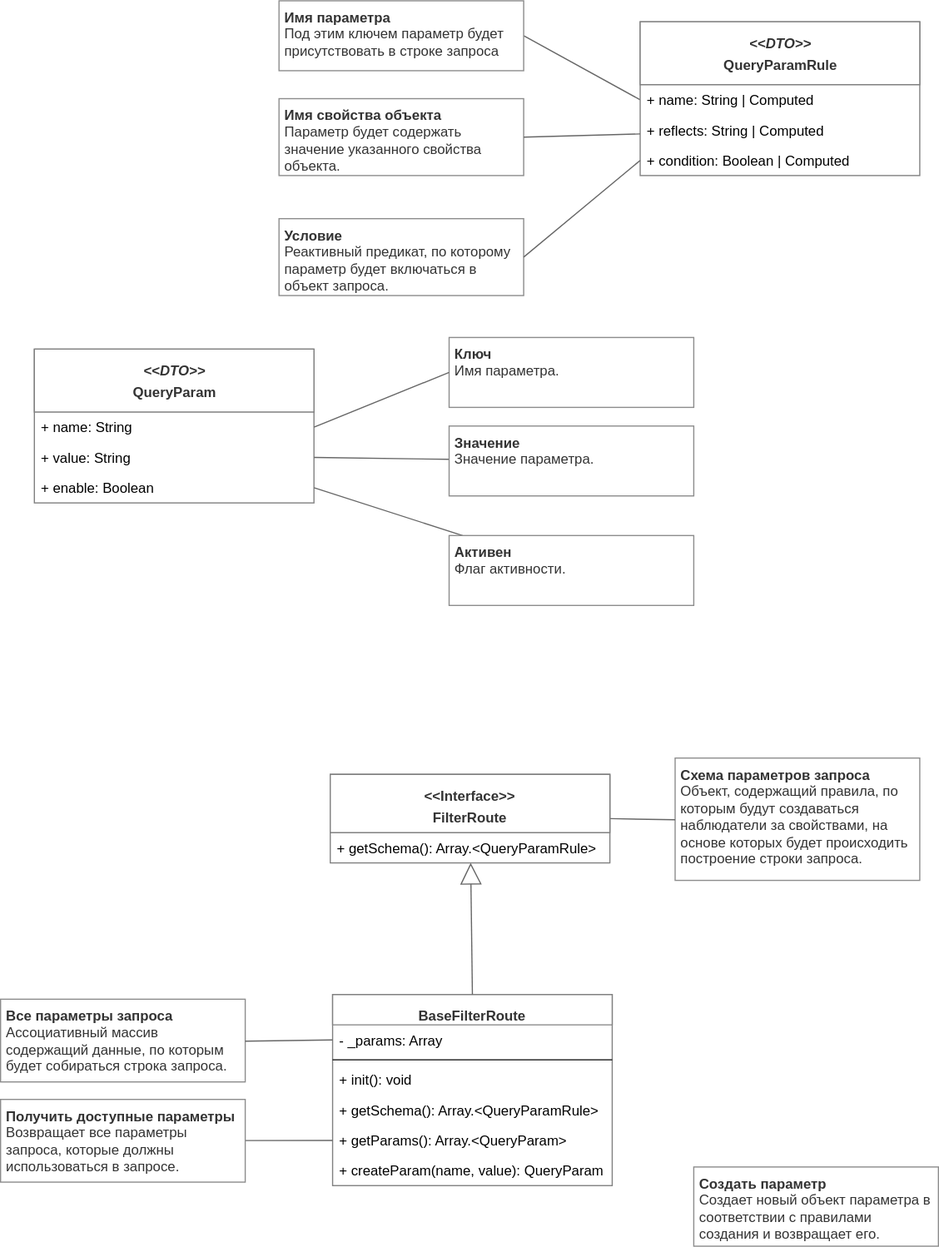
Earlier version of the draw.io export filters.svg (ajile/draw-io). Source tidied: cells renumbered, new cells last; positions are measured from the earlier drawing's top-left corner, leaving out a move shared by most shapes.
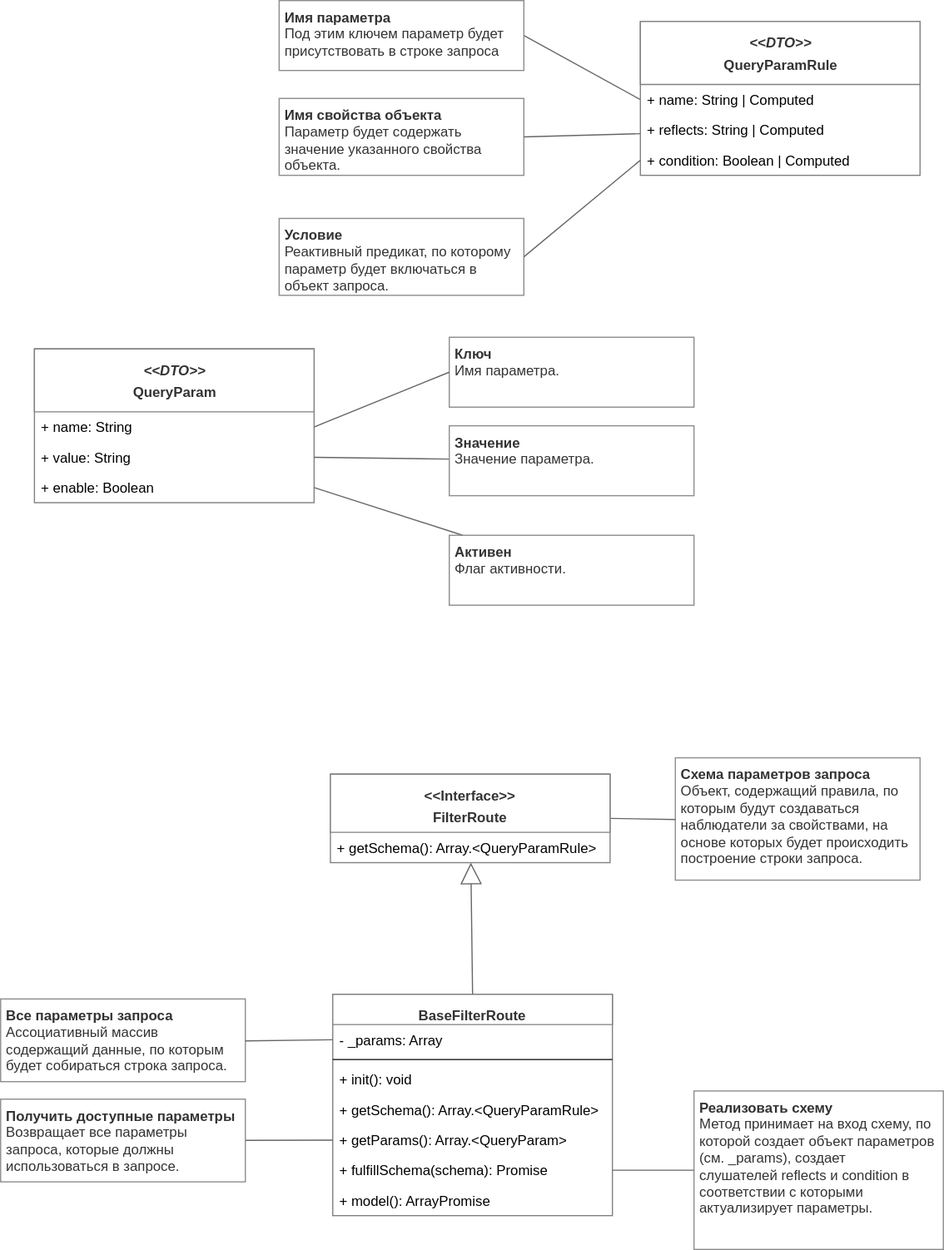
Later version of the same file.

Diff of the diagram source:
```diff
@@ -3,7 +3,7 @@
     <mxCell id="0" />
     <mxCell id="1" parent="0" />
     <mxCell id="2" value="&lt;font style=&quot;font-size: 12px&quot; color=&quot;#333333&quot;&gt;BaseFilterRoute&lt;/font&gt;" style="swimlane;fontStyle=1;align=center;verticalAlign=top;horizontal=1;startSize=26;swimlaneFillColor=#ffffff;strokeColor=#808080;fontSize=16;fontColor=#808080;html=1;" parent="1" vertex="1">
-      <mxGeometry x="285" y="853" width="240" height="164" as="geometry" />
+      <mxGeometry x="285" y="853" width="240" height="190" as="geometry" />
     </mxCell>
     <mxCell id="3" value="- _params: Array" style="text;strokeColor=none;fillColor=none;align=left;verticalAlign=top;spacingLeft=4;spacingRight=4;overflow=hidden;points=[[0,0.5],[1,0.5]];portConstraint=eastwest;" parent="2" vertex="1">
       <mxGeometry y="26" width="240" height="26" as="geometry" />
@@ -20,9 +20,12 @@
     <mxCell id="7" value="+ getParams(): Array.&lt;QueryParam&gt;" style="text;strokeColor=none;fillColor=none;align=left;verticalAlign=top;spacingLeft=4;spacingRight=4;overflow=hidden;points=[[0,0.5],[1,0.5]];portConstraint=eastwest;" parent="2" vertex="1">
       <mxGeometry y="112" width="240" height="26" as="geometry" />
     </mxCell>
-    <mxCell id="8" value="+ createParam(name, value): QueryParam" style="text;strokeColor=none;fillColor=none;align=left;verticalAlign=top;spacingLeft=4;spacingRight=4;overflow=hidden;" parent="2" vertex="1">
-      <mxGeometry y="138" width="240" height="26" as="geometry" />
-    </mxCell>
+    <mxCell id="39" value="+ fulfillSchema(schema): Promise" style="text;strokeColor=none;fillColor=none;align=left;verticalAlign=top;spacingLeft=4;spacingRight=4;overflow=hidden;points=[[0,0.5],[1,0.5]];portConstraint=eastwest;" parent="2" vertex="1">
+      <mxGeometry y="138" width="240" height="26" as="geometry" />
+    </mxCell>
+    <mxCell id="40" value="+ model(): ArrayPromise" style="text;strokeColor=none;fillColor=none;align=left;verticalAlign=top;spacingLeft=4;spacingRight=4;overflow=hidden;" parent="2" vertex="1">
+      <mxGeometry y="164" width="240" height="26" as="geometry" />
+    </mxCell>
     <mxCell id="9" style="rounded=0;html=1;startSize=4;endArrow=none;endFill=0;endSize=16;jettySize=auto;strokeColor=#666666;strokeWidth=1;fontSize=12;fontColor=#333333;entryX=0;entryY=0.5;exitX=1;exitY=0.5;" parent="1" edge="1" source="14" target="11">
       <mxGeometry relative="1" as="geometry" />
     </mxCell>
@@ -71,9 +74,6 @@
     <mxCell id="24" value="&lt;span&gt;&lt;b&gt;Получить доступные параметры&lt;/b&gt;&lt;/span&gt;&lt;div&gt;Возвращает все параметры запроса, которые должны использоваться в запросе.&lt;/div&gt;" style="text;html=1;strokeColor=#8C8C8C;fillColor=none;align=left;verticalAlign=top;whiteSpace=wrap;rounded=0;fontSize=12;fontColor=#333333;spacingLeft=2;spacingBottom=2;spacingRight=2;" parent="1" vertex="1">
       <mxGeometry y="943" width="210" height="71" as="geometry" />
     </mxCell>
-    <mxCell id="25" value="&lt;b&gt;Создать параметр&lt;/b&gt;&lt;br&gt;&lt;div&gt;Создает новый объект параметра в соответствии с правилами создания и возвращает его.&lt;/div&gt;" style="text;html=1;strokeColor=#8C8C8C;fillColor=none;align=left;verticalAlign=top;whiteSpace=wrap;rounded=0;fontSize=12;fontColor=#333333;spacingLeft=2;spacingBottom=2;spacingRight=2;" parent="1" vertex="1">
-      <mxGeometry x="595" y="1001" width="210" height="68" as="geometry" />
-    </mxCell>
     <mxCell id="26" value="&lt;font style=&quot;font-size: 12px&quot; color=&quot;#333333&quot;&gt;&lt;i&gt;&amp;lt;&amp;lt;DTO&amp;gt;&amp;gt;&lt;/i&gt;&lt;br&gt;&lt;b&gt;QueryParam&lt;/b&gt;&lt;/font&gt;&lt;br&gt;" style="swimlane;fontStyle=1;align=center;verticalAlign=top;horizontal=1;startSize=54;swimlaneFillColor=#ffffff;strokeColor=#808080;fontSize=16;fontColor=#808080;html=1;" parent="1" vertex="1">
       <mxGeometry x="29" y="299" width="240" height="132" as="geometry" />
     </mxCell>
@@ -113,5 +113,11 @@
     <mxCell id="38" value="+ getSchema(): Array.&lt;QueryParamRule&gt;" style="text;strokeColor=none;fillColor=none;align=left;verticalAlign=top;spacingLeft=4;spacingRight=4;overflow=hidden;" parent="37" vertex="1">
       <mxGeometry y="50" width="240" height="26" as="geometry" />
     </mxCell>
+    <mxCell id="41" value="&lt;b&gt;Реализовать схему&lt;/b&gt;&lt;br&gt;&lt;div&gt;Метод принимает&amp;nbsp;&lt;span&gt;на вход&amp;nbsp;&lt;/span&gt;&lt;span&gt;схему, по которой создает объект параметров (см. _params), создает слушателей&amp;nbsp;&lt;/span&gt;&lt;span&gt;reflects и&amp;nbsp;&lt;/span&gt;&lt;span&gt;condition в соответствии с которыми актуализирует параметры.&lt;/span&gt;&lt;/div&gt;" style="text;html=1;strokeColor=#8C8C8C;fillColor=none;align=left;verticalAlign=top;whiteSpace=wrap;rounded=0;fontSize=12;fontColor=#333333;spacingLeft=2;spacingBottom=2;spacingRight=2;" parent="1" vertex="1">
+      <mxGeometry x="595" y="936" width="214" height="136" as="geometry" />
+    </mxCell>
+    <mxCell id="42" style="edgeStyle=none;rounded=0;html=1;startSize=4;endArrow=none;endFill=0;endSize=16;jettySize=auto;strokeColor=#666666;strokeWidth=1;fontSize=12;fontColor=#333333;entryX=0;entryY=0.5;exitX=1;exitY=0.5;" parent="1" edge="1" source="39" target="41">
+      <mxGeometry relative="1" as="geometry" />
+    </mxCell>
   </root>
 </mxGraphModel>
```
